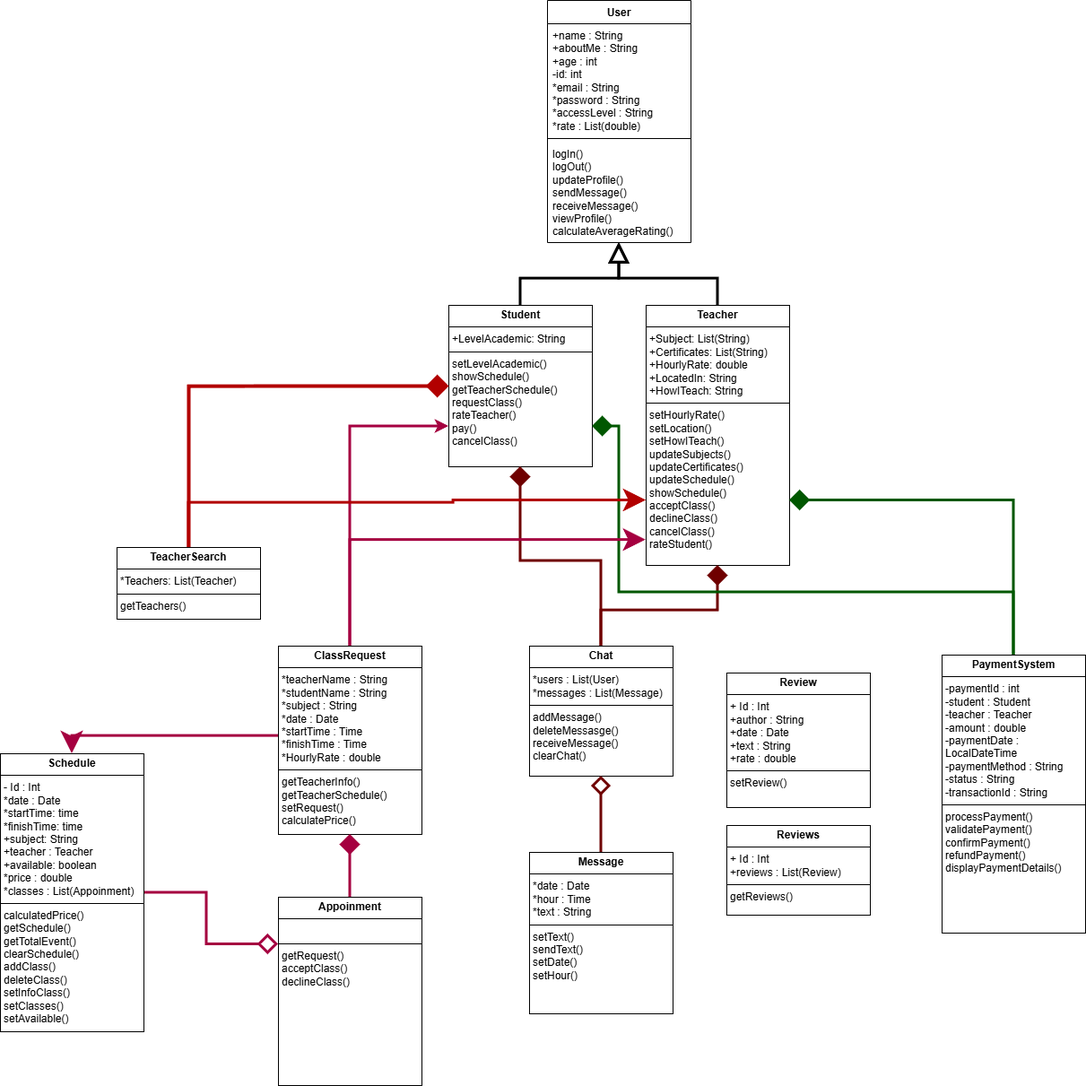
Before: images/Mockups/UML.png, a diagram exported from draw.io (jjgc1073-commits/object-orient-project-group). Source tidied: cells renumbered, new cells last; positions are measured from the earlier drawing's top-left corner, leaving out a move shared by most shapes.
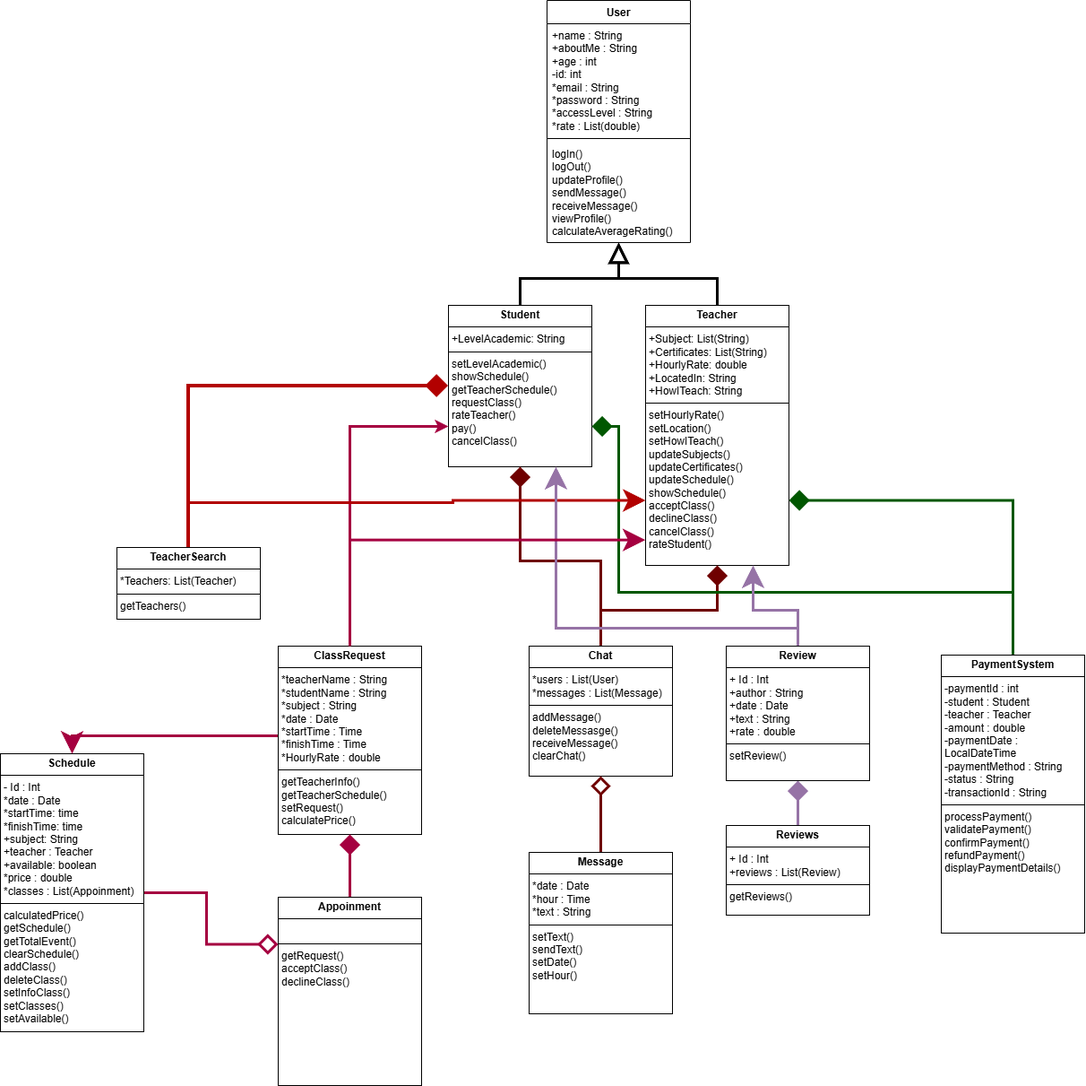
The same diagram one commit later.

What changed in the source:
```diff
@@ -64,6 +64,9 @@
     <mxCell id="19" value="&lt;p style=&quot;margin:0px;margin-top:4px;text-align:center;&quot;&gt;&lt;b&gt;Message&lt;/b&gt;&lt;/p&gt;&lt;hr size=&quot;1&quot; style=&quot;border-style:solid;&quot;&gt;&lt;p style=&quot;margin:0px;margin-left:4px;&quot;&gt;*date : Date&lt;/p&gt;&lt;p style=&quot;margin:0px;margin-left:4px;&quot;&gt;*hour : Time&lt;/p&gt;&lt;p style=&quot;margin:0px;margin-left:4px;&quot;&gt;*text : String&lt;/p&gt;&lt;hr size=&quot;1&quot; style=&quot;border-style:solid;&quot;&gt;&lt;p style=&quot;margin:0px;margin-left:4px;&quot;&gt;setText()&lt;/p&gt;&lt;p style=&quot;margin:0px;margin-left:4px;&quot;&gt;sendText()&lt;/p&gt;&lt;p style=&quot;margin:0px;margin-left:4px;&quot;&gt;setDate()&lt;/p&gt;&lt;p style=&quot;margin:0px;margin-left:4px;&quot;&gt;setHour()&lt;/p&gt;&lt;p style=&quot;margin:0px;margin-left:4px;&quot;&gt;&lt;br&gt;&lt;/p&gt;&lt;p style=&quot;margin:0px;margin-left:4px;&quot;&gt;&lt;br&gt;&lt;/p&gt;" style="verticalAlign=top;align=left;overflow=fill;html=1;whiteSpace=wrap;" parent="1" vertex="1">
       <mxGeometry x="590" y="950" width="160" height="180" as="geometry" />
     </mxCell>
+    <mxCell id="31" style="edgeStyle=orthogonalEdgeStyle;rounded=0;jettySize=auto;html=1;entryX=0.5;entryY=1;entryDx=0;entryDy=0;strokeWidth=3;endSize=16;fillColor=#e1d5e7;strokeColor=light-dark(#9673A6,#00CCCC);endArrow=diamond;endFill=1;" parent="1" edge="1" source="20" target="27">
+      <mxGeometry relative="1" as="geometry" />
+    </mxCell>
     <mxCell id="20" value="&lt;p style=&quot;margin:0px;margin-top:4px;text-align:center;&quot;&gt;&lt;b&gt;Reviews&lt;/b&gt;&lt;/p&gt;&lt;hr size=&quot;1&quot; style=&quot;border-style:solid;&quot;&gt;&lt;p style=&quot;margin:0px;margin-left:4px;&quot;&gt;+ Id : Int&lt;/p&gt;&lt;p style=&quot;margin:0px;margin-left:4px;&quot;&gt;+reviews : List(Review)&lt;/p&gt;&lt;hr size=&quot;1&quot; style=&quot;border-style:solid;&quot;&gt;&lt;p style=&quot;margin:0px;margin-left:4px;&quot;&gt;getReviews()&lt;/p&gt;&lt;p style=&quot;margin:0px;margin-left:4px;&quot;&gt;&lt;br&gt;&lt;/p&gt;&lt;p style=&quot;margin:0px;margin-left:4px;&quot;&gt;&lt;br&gt;&lt;/p&gt;&lt;p style=&quot;margin:0px;margin-left:4px;&quot;&gt;&lt;br&gt;&lt;/p&gt;" style="verticalAlign=top;align=left;overflow=fill;html=1;whiteSpace=wrap;" parent="1" vertex="1">
       <mxGeometry x="810" y="920" width="160" height="100" as="geometry" />
     </mxCell>
@@ -105,8 +108,19 @@
     <mxCell id="26" value="&lt;p style=&quot;margin:0px;margin-top:4px;text-align:center;&quot;&gt;&lt;b&gt;TeacherSearch&lt;/b&gt;&lt;/p&gt;&lt;hr size=&quot;1&quot; style=&quot;border-style:solid;&quot;&gt;&lt;p style=&quot;margin:0px;margin-left:4px;&quot;&gt;*Teachers: List(Teacher)&lt;/p&gt;&lt;hr size=&quot;1&quot; style=&quot;border-style:solid;&quot;&gt;&lt;p style=&quot;margin:0px;margin-left:4px;&quot;&gt;getTeachers()&lt;/p&gt;&lt;p style=&quot;margin:0px;margin-left:4px;&quot;&gt;&lt;br&gt;&lt;/p&gt;&lt;p style=&quot;margin:0px;margin-left:4px;&quot;&gt;&lt;br&gt;&lt;/p&gt;" style="verticalAlign=top;align=left;overflow=fill;html=1;whiteSpace=wrap;" parent="1" vertex="1">
       <mxGeometry x="130" y="610" width="160" height="80" as="geometry" />
     </mxCell>
+    <mxCell id="32" style="edgeStyle=orthogonalEdgeStyle;rounded=0;jettySize=auto;html=1;entryX=0.75;entryY=1;entryDx=0;entryDy=0;strokeWidth=3;endSize=16;fillColor=#e1d5e7;strokeColor=light-dark(#9673A6,#00FFFF);" parent="1" edge="1" source="27" target="11">
+      <mxGeometry relative="1" as="geometry" />
+    </mxCell>
+    <mxCell id="33" style="edgeStyle=orthogonalEdgeStyle;rounded=0;jettySize=auto;html=1;entryX=0.75;entryY=1;entryDx=0;entryDy=0;strokeWidth=3;endSize=16;fillColor=#e1d5e7;strokeColor=light-dark(#9673A6,#00CCCC);" parent="1" edge="1" source="27" target="9">
+      <mxGeometry relative="1" as="geometry">
+        <Array as="points">
+          <mxPoint x="890" y="700" />
+          <mxPoint x="620" y="700" />
+        </Array>
+      </mxGeometry>
+    </mxCell>
     <mxCell id="27" value="&lt;p style=&quot;margin:0px;margin-top:4px;text-align:center;&quot;&gt;&lt;b&gt;Review&lt;/b&gt;&lt;/p&gt;&lt;hr size=&quot;1&quot; style=&quot;border-style:solid;&quot;&gt;&lt;p style=&quot;margin:0px;margin-left:4px;&quot;&gt;+ Id : Int&lt;/p&gt;&lt;p style=&quot;margin:0px;margin-left:4px;&quot;&gt;+author : String&lt;/p&gt;&lt;p style=&quot;margin:0px;margin-left:4px;&quot;&gt;+date : Date&lt;/p&gt;&lt;p style=&quot;margin:0px;margin-left:4px;&quot;&gt;+text : String&lt;/p&gt;&lt;p style=&quot;margin:0px;margin-left:4px;&quot;&gt;+rate : double&lt;/p&gt;&lt;hr size=&quot;1&quot; style=&quot;border-style:solid;&quot;&gt;&lt;p style=&quot;margin:0px;margin-left:4px;&quot;&gt;setReview()&lt;/p&gt;&lt;p style=&quot;margin:0px;margin-left:4px;&quot;&gt;&lt;br&gt;&lt;/p&gt;&lt;p style=&quot;margin:0px;margin-left:4px;&quot;&gt;&lt;br&gt;&lt;/p&gt;&lt;p style=&quot;margin:0px;margin-left:4px;&quot;&gt;&lt;br&gt;&lt;/p&gt;&lt;p style=&quot;margin:0px;margin-left:4px;&quot;&gt;&lt;br&gt;&lt;/p&gt;" style="verticalAlign=top;align=left;overflow=fill;html=1;whiteSpace=wrap;" parent="1" vertex="1">
-      <mxGeometry x="810" y="750" width="160" height="150" as="geometry" />
+      <mxGeometry x="810" y="720" width="160" height="150" as="geometry" />
     </mxCell>
     <mxCell id="28" style="edgeStyle=orthogonalEdgeStyle;rounded=0;jettySize=auto;html=1;entryX=0.5;entryY=1;entryDx=0;entryDy=0;endSize=16;endArrow=diamond;endFill=1;fillColor=#d80073;strokeColor=#A50040;strokeWidth=3;" parent="1" edge="1" source="29" target="14">
       <mxGeometry relative="1" as="geometry" />
```
